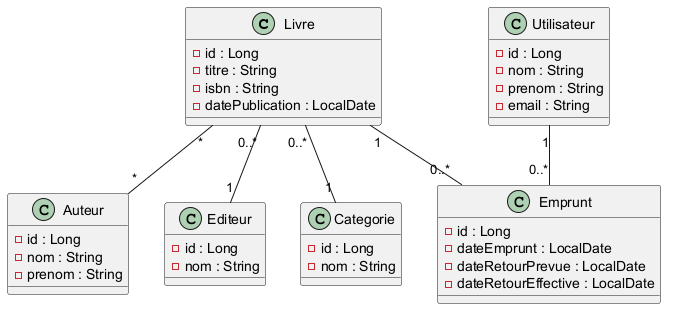
The PlantUML diagram DIAGRAMME/Diagramme_Classes.png in k1znoz/Mediatheque_CDA, before a commit.
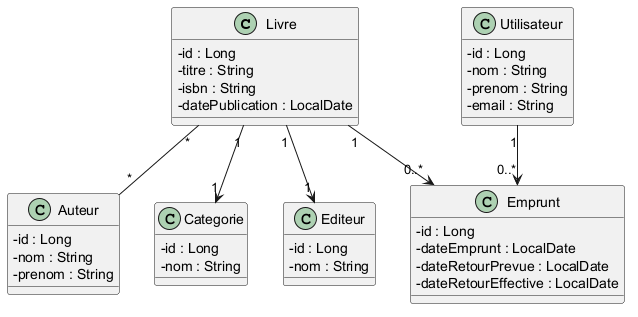
After the change.

What changed in the source:
```diff
@@ -1,4 +1,5 @@
 @startuml
+skinparam classAttributeIconSize 0
 
 class Livre {
     - id : Long
@@ -13,12 +14,12 @@
     - prenom : String
 }
 
-class Editeur {
+class Categorie {
     - id : Long
     - nom : String
 }
 
-class Categorie {
+class Editeur {
     - id : Long
     - nom : String
 }
@@ -37,14 +38,11 @@
     - dateRetourEffective : LocalDate
 }
 
-Livre "0..*" -- "1" Editeur
+Livre "*" -- "*" Auteur
+Livre "1" --> "1" Editeur
+Livre "1" --> "1" Categorie
 
-Livre "0..*" -- "1" Categorie
-
-Livre "*" -- "*" Auteur
-
-Utilisateur "1" -- "0..*" Emprunt
-
-Livre "1" -- "0..*" Emprunt
+Utilisateur "1" --> "0..*" Emprunt
+Livre "1" --> "0..*" Emprunt
 
 @enduml
```
